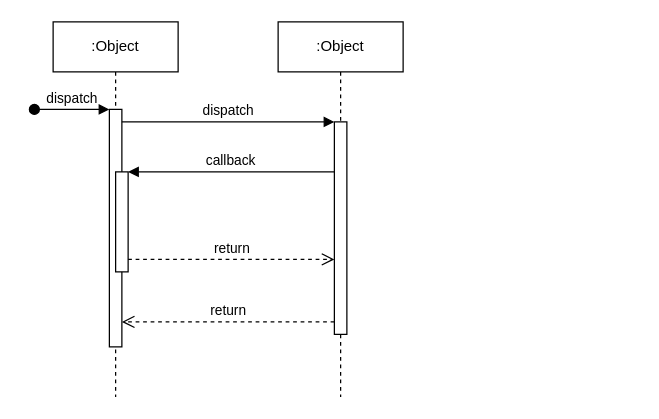
Before: seq-nac-revisit.drawio in dulalsaurab/NDNHealth, a draw.io diagram. Source tidied: cells renumbered, new cells numbered last; positions are measured from the earlier drawing's top-left corner, leaving out a move shared by most shapes. Both pictures are drawn from the tidied source at 125%, with x=0, y=0 at pixel (34, 21).
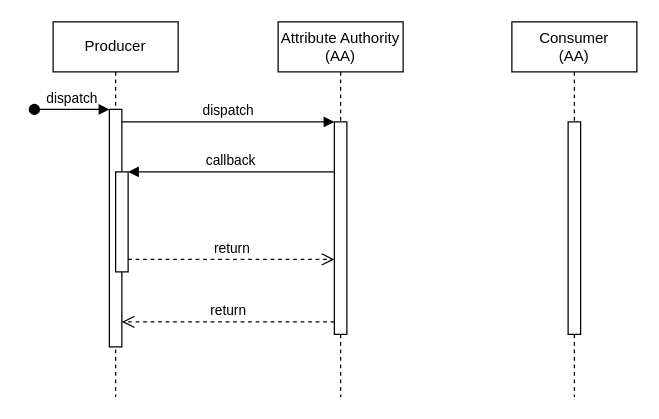
After the change.

What changed in the source:
```diff
@@
 <mxGraphModel>
   <root>
     <mxCell id="0" />
     <mxCell id="1" parent="0" />
-    <mxCell id="2" value=":Object" style="shape=umlLifeline;perimeter=lifelinePerimeter;whiteSpace=wrap;html=1;newEdgeStyle={&quot;edgeStyle&quot;:&quot;elbowEdgeStyle&quot;,&quot;elbow&quot;:&quot;vertical&quot;,&quot;curved&quot;:0,&quot;rounded&quot;:0};" parent="1" vertex="1">
+    <mxCell id="2" value="Producer" style="shape=umlLifeline;perimeter=lifelinePerimeter;whiteSpace=wrap;html=1;newEdgeStyle={&quot;edgeStyle&quot;:&quot;elbowEdgeStyle&quot;,&quot;elbow&quot;:&quot;vertical&quot;,&quot;curved&quot;:0,&quot;rounded&quot;:0};" parent="1" vertex="1">
       <mxGeometry x="15" width="100" height="300" as="geometry" />
     </mxCell>
     <mxCell id="3" style="html=1;points=[];perimeter=orthogonalPerimeter;outlineConnect=0;targetShapes=umlLifeline;portConstraint=eastwest;newEdgeStyle={&quot;edgeStyle&quot;:&quot;elbowEdgeStyle&quot;,&quot;elbow&quot;:&quot;vertical&quot;,&quot;curved&quot;:0,&quot;rounded&quot;:0};" parent="2" vertex="1">
       <mxGeometry x="45" y="70" width="10" height="190" as="geometry" />
     </mxCell>
     <mxCell id="4" value="dispatch" style="html=1;verticalAlign=bottom;startArrow=oval;endArrow=block;startSize=8;edgeStyle=elbowEdgeStyle;elbow=vertical;curved=0;rounded=0;" parent="2" edge="1" target="3">
       <mxGeometry relative="1" as="geometry">
         <mxPoint x="-15" y="70" as="sourcePoint" />
       </mxGeometry>
     </mxCell>
     <mxCell id="5" style="html=1;points=[];perimeter=orthogonalPerimeter;outlineConnect=0;targetShapes=umlLifeline;portConstraint=eastwest;newEdgeStyle={&quot;edgeStyle&quot;:&quot;elbowEdgeStyle&quot;,&quot;elbow&quot;:&quot;vertical&quot;,&quot;curved&quot;:0,&quot;rounded&quot;:0};" parent="2" vertex="1">
       <mxGeometry x="50" y="120" width="10" height="80" as="geometry" />
     </mxCell>
-    <mxCell id="6" value=":Object" style="shape=umlLifeline;perimeter=lifelinePerimeter;whiteSpace=wrap;html=1;newEdgeStyle={&quot;edgeStyle&quot;:&quot;elbowEdgeStyle&quot;,&quot;elbow&quot;:&quot;vertical&quot;,&quot;curved&quot;:0,&quot;rounded&quot;:0};" parent="1" vertex="1">
+    <mxCell id="6" value="Attribute Authority&lt;br&gt;(AA)" style="shape=umlLifeline;perimeter=lifelinePerimeter;whiteSpace=wrap;html=1;newEdgeStyle={&quot;edgeStyle&quot;:&quot;elbowEdgeStyle&quot;,&quot;elbow&quot;:&quot;vertical&quot;,&quot;curved&quot;:0,&quot;rounded&quot;:0};" parent="1" vertex="1">
       <mxGeometry x="195" width="100" height="300" as="geometry" />
     </mxCell>
     <mxCell id="7" style="html=1;points=[];perimeter=orthogonalPerimeter;outlineConnect=0;targetShapes=umlLifeline;portConstraint=eastwest;newEdgeStyle={&quot;edgeStyle&quot;:&quot;elbowEdgeStyle&quot;,&quot;elbow&quot;:&quot;vertical&quot;,&quot;curved&quot;:0,&quot;rounded&quot;:0};" parent="6" vertex="1">
       <mxGeometry x="45" y="80" width="10" height="170" as="geometry" />
     </mxCell>
     <mxCell id="8" value="dispatch" style="html=1;verticalAlign=bottom;endArrow=block;edgeStyle=elbowEdgeStyle;elbow=vertical;curved=0;rounded=0;" parent="1" edge="1" source="3" target="7">
       <mxGeometry relative="1" as="geometry">
         <Array as="points">
           <mxPoint x="155" y="80" />
         </Array>
       </mxGeometry>
     </mxCell>
     <mxCell id="9" value="return" style="html=1;verticalAlign=bottom;endArrow=open;dashed=1;endSize=8;edgeStyle=elbowEdgeStyle;elbow=vertical;curved=0;rounded=0;" parent="1" edge="1" source="7" target="3">
       <mxGeometry relative="1" as="geometry">
         <Array as="points">
           <mxPoint x="165" y="240" />
         </Array>
       </mxGeometry>
     </mxCell>
     <mxCell id="10" value="callback" style="html=1;verticalAlign=bottom;endArrow=block;edgeStyle=elbowEdgeStyle;elbow=vertical;curved=0;rounded=0;" parent="1" edge="1" source="7" target="5">
       <mxGeometry relative="1" as="geometry">
         <Array as="points">
           <mxPoint x="165" y="120" />
         </Array>
       </mxGeometry>
     </mxCell>
     <mxCell id="11" value="return" style="html=1;verticalAlign=bottom;endArrow=open;dashed=1;endSize=8;edgeStyle=elbowEdgeStyle;elbow=vertical;curved=0;rounded=0;" parent="1" edge="1" source="5" target="7">
       <mxGeometry relative="1" as="geometry">
         <Array as="points">
           <mxPoint x="155" y="190" />
         </Array>
       </mxGeometry>
     </mxCell>
+    <mxCell id="12" value="Consumer&lt;br&gt;(AA)" style="shape=umlLifeline;perimeter=lifelinePerimeter;whiteSpace=wrap;html=1;newEdgeStyle={&quot;edgeStyle&quot;:&quot;elbowEdgeStyle&quot;,&quot;elbow&quot;:&quot;vertical&quot;,&quot;curved&quot;:0,&quot;rounded&quot;:0};" parent="1" vertex="1">
+      <mxGeometry x="382" width="100" height="300" as="geometry" />
+    </mxCell>
+    <mxCell id="13" style="html=1;perimeter=orthogonalPerimeter;targetShapes=umlLifeline;newEdgeStyle={&quot;edgeStyle&quot;:&quot;elbowEdgeStyle&quot;,&quot;elbow&quot;:&quot;vertical&quot;,&quot;curved&quot;:0,&quot;rounded&quot;:0};" parent="12" vertex="1">
+      <mxGeometry x="45" y="80" width="10" height="170" as="geometry" />
+    </mxCell>
   </root>
 </mxGraphModel>
```
